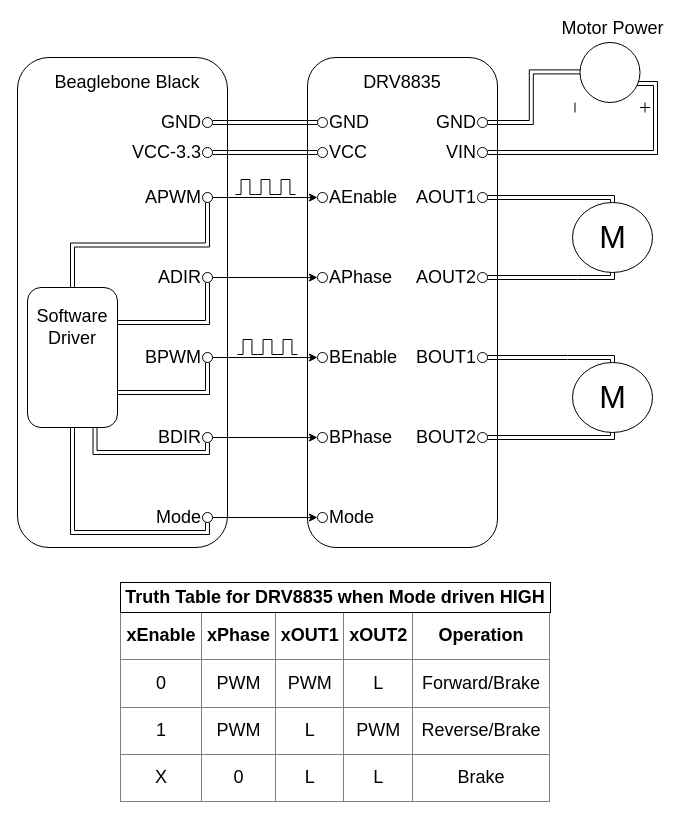
The draw.io diagram page "Overview" (1 of 2) of docs/dc-motor-control/Motor-Control-Diagrams.drawio in jcphan2020/Goose-Chaperone, before the edit. Source tidied: cells renumbered, new cells numbered last; positions are measured from the earlier drawing's top-left corner, leaving out a move shared by most shapes. Both pictures are drawn from the tidied source at 100%, with x=0, y=0 at pixel (17, 42).
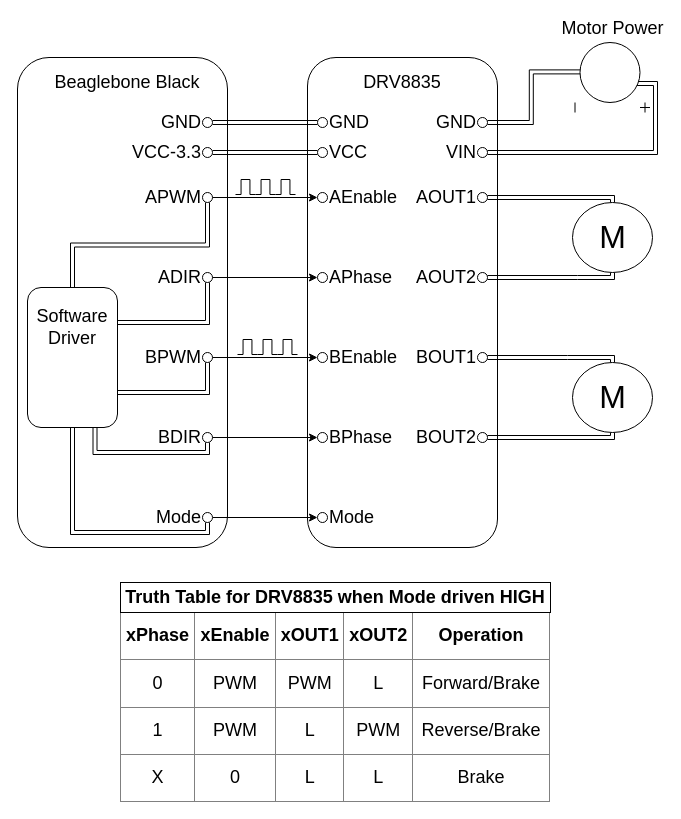
The same diagram, later.

Commit message (it also covers changes not shown here):
Fixed the truth table column titles

What changed in the source:
```diff
@@
-    <mxCell id="49" value="&lt;table style=&quot;width: 100% ; height: 100% ; border-collapse: collapse&quot; width=&quot;100%&quot; border=&quot;1&quot;&gt;&lt;tbody&gt;&lt;tr&gt;&lt;td align=&quot;center&quot;&gt;&lt;b&gt;xEnable&lt;br&gt;&lt;/b&gt;&lt;/td&gt;&lt;td align=&quot;center&quot;&gt;&lt;b&gt;xPhase&lt;/b&gt;&lt;/td&gt;&lt;td align=&quot;center&quot;&gt;&lt;b&gt;xOUT1&lt;/b&gt;&lt;/td&gt;&lt;td align=&quot;center&quot;&gt;&lt;b&gt;xOUT2&lt;br&gt;&lt;/b&gt;&lt;/td&gt;&lt;td align=&quot;center&quot;&gt;&lt;b&gt;Operation&lt;br&gt;&lt;/b&gt;&lt;/td&gt;&lt;/tr&gt;&lt;tr&gt;&lt;td align=&quot;center&quot;&gt;0&lt;/td&gt;&lt;td align=&quot;center&quot;&gt;PWM&lt;br&gt;&lt;/td&gt;&lt;td align=&quot;center&quot;&gt;PWM&lt;/td&gt;&lt;td align=&quot;center&quot;&gt;L&lt;br&gt;&lt;/td&gt;&lt;td align=&quot;center&quot;&gt;Forward/Brake&lt;br&gt;&lt;/td&gt;&lt;/tr&gt;&lt;tr&gt;&lt;td align=&quot;center&quot;&gt;1&lt;/td&gt;&lt;td align=&quot;center&quot;&gt;PWM&lt;br&gt;&lt;/td&gt;&lt;td align=&quot;center&quot;&gt;L&lt;/td&gt;&lt;td align=&quot;center&quot;&gt;PWM&lt;br&gt;&lt;/td&gt;&lt;td align=&quot;center&quot;&gt;Reverse/Brake&lt;br&gt;&lt;/td&gt;&lt;/tr&gt;&lt;tr&gt;&lt;td align=&quot;center&quot;&gt;X&lt;br&gt;&lt;/td&gt;&lt;td align=&quot;center&quot;&gt;0&lt;br&gt;&lt;/td&gt;&lt;td align=&quot;center&quot;&gt;L&lt;br&gt;&lt;/td&gt;&lt;td align=&quot;center&quot;&gt;L&lt;br&gt;&lt;/td&gt;&lt;td align=&quot;center&quot;&gt;Brake&lt;br&gt;&lt;/td&gt;&lt;/tr&gt;&lt;/tbody&gt;&lt;/table&gt;" style="text;html=1;strokeColor=none;fillColor=none;overflow=fill;fontSize=18;" parent="1" vertex="1">
+    <mxCell id="49" value="&lt;table style=&quot;width: 100% ; height: 100% ; border-collapse: collapse&quot; width=&quot;100%&quot; border=&quot;1&quot;&gt;&lt;tbody&gt;&lt;tr&gt;&lt;td align=&quot;center&quot;&gt;&lt;b&gt;xPhase&lt;br&gt;&lt;/b&gt;&lt;/td&gt;&lt;td align=&quot;center&quot;&gt;&lt;b&gt;xEnable&lt;/b&gt;&lt;/td&gt;&lt;td align=&quot;center&quot;&gt;&lt;b&gt;xOUT1&lt;/b&gt;&lt;/td&gt;&lt;td align=&quot;center&quot;&gt;&lt;b&gt;xOUT2&lt;br&gt;&lt;/b&gt;&lt;/td&gt;&lt;td align=&quot;center&quot;&gt;&lt;b&gt;Operation&lt;br&gt;&lt;/b&gt;&lt;/td&gt;&lt;/tr&gt;&lt;tr&gt;&lt;td align=&quot;center&quot;&gt;0&lt;/td&gt;&lt;td align=&quot;center&quot;&gt;PWM&lt;br&gt;&lt;/td&gt;&lt;td align=&quot;center&quot;&gt;PWM&lt;/td&gt;&lt;td align=&quot;center&quot;&gt;L&lt;br&gt;&lt;/td&gt;&lt;td align=&quot;center&quot;&gt;Forward/Brake&lt;br&gt;&lt;/td&gt;&lt;/tr&gt;&lt;tr&gt;&lt;td align=&quot;center&quot;&gt;1&lt;/td&gt;&lt;td align=&quot;center&quot;&gt;PWM&lt;br&gt;&lt;/td&gt;&lt;td align=&quot;center&quot;&gt;L&lt;/td&gt;&lt;td align=&quot;center&quot;&gt;PWM&lt;br&gt;&lt;/td&gt;&lt;td align=&quot;center&quot;&gt;Reverse/Brake&lt;br&gt;&lt;/td&gt;&lt;/tr&gt;&lt;tr&gt;&lt;td align=&quot;center&quot;&gt;X&lt;br&gt;&lt;/td&gt;&lt;td align=&quot;center&quot;&gt;0&lt;br&gt;&lt;/td&gt;&lt;td align=&quot;center&quot;&gt;L&lt;br&gt;&lt;/td&gt;&lt;td align=&quot;center&quot;&gt;L&lt;br&gt;&lt;/td&gt;&lt;td align=&quot;center&quot;&gt;Brake&lt;br&gt;&lt;/td&gt;&lt;/tr&gt;&lt;/tbody&gt;&lt;/table&gt;" style="text;html=1;strokeColor=none;fillColor=none;overflow=fill;fontSize=18;" parent="1" vertex="1">
       <mxGeometry x="103" y="570" width="430" height="190" as="geometry" />
     </mxCell>
```
